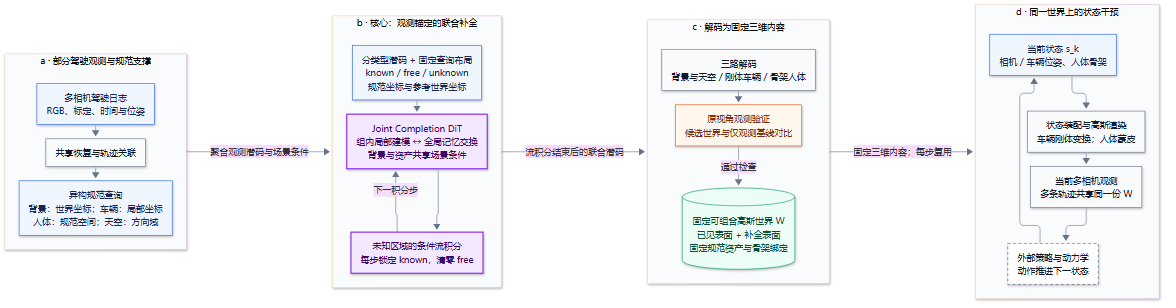
The Mermaid diagram docs/diagrams/paper-overview.png in BryceWinston/drivecompose, before a commit. Its source is kept beside it as docs/diagrams/paper-overview.mmd.
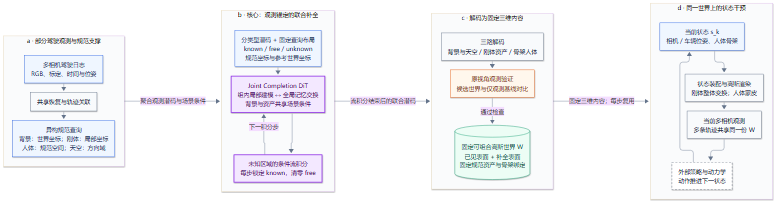
After the change.

The edit, as a diff of the source:
```diff
@@ -3,7 +3,7 @@
     direction TB
     LOG["多相机驾驶日志<br/>RGB、标定、时间与位姿"]
     ENC["共享恢复与轨迹关联"]
-    QUERY["异构规范查询<br/>背景：世界坐标；车辆：局部坐标<br/>人体：规范空间；天空：方向域"]
+    QUERY["异构规范查询<br/>背景：世界坐标；刚体：局部坐标<br/>人体：规范空间；天空：方向域"]
     LOG --> ENC --> QUERY
   end
 
@@ -18,7 +18,7 @@
 
   subgraph C["c · 解码为固定三维内容"]
     direction TB
-    HEAD["三路解码<br/>背景与天空 / 刚体车辆 / 骨架人体"]
+    HEAD["三路解码<br/>背景与天空 / 刚体资产 / 骨架人体"]
     CHECK["原视角观测验证<br/>候选世界与仅观测基线对比"]
     WORLD[("固定可组合高斯世界 W<br/>已见表面 + 补全表面<br/>固定规范资产与骨架绑定")]
     HEAD --> CHECK -->|通过检查| WORLD
@@ -27,7 +27,7 @@
   subgraph D["d · 同一世界上的状态干预"]
     direction TB
     STATE["当前状态 s_k<br/>相机 / 车辆位姿、人体骨架"]
-    RENDER["状态装配与高斯渲染<br/>车辆刚体变换；人体蒙皮"]
+    RENDER["状态装配与高斯渲染<br/>刚体整体变换；人体蒙皮"]
     OBS["当前多相机观测<br/>多条轨迹共享同一份 W"]
     DYN["外部策略与动力学<br/>动作推进下一状态"]
     STATE --> RENDER --> OBS --> DYN --> STATE
```
